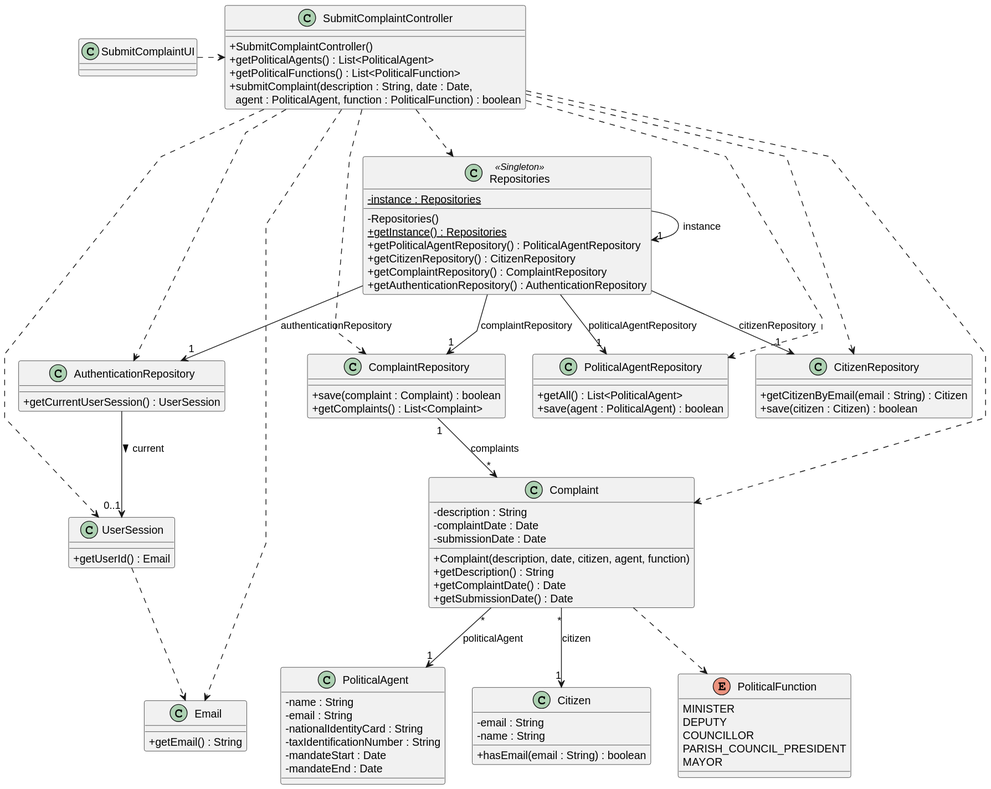
The PlantUML diagram docs/system-documentation/US12/03.design/svg/US12-CD.svg in brunodspinto/crystal-clear-platform, before a commit.
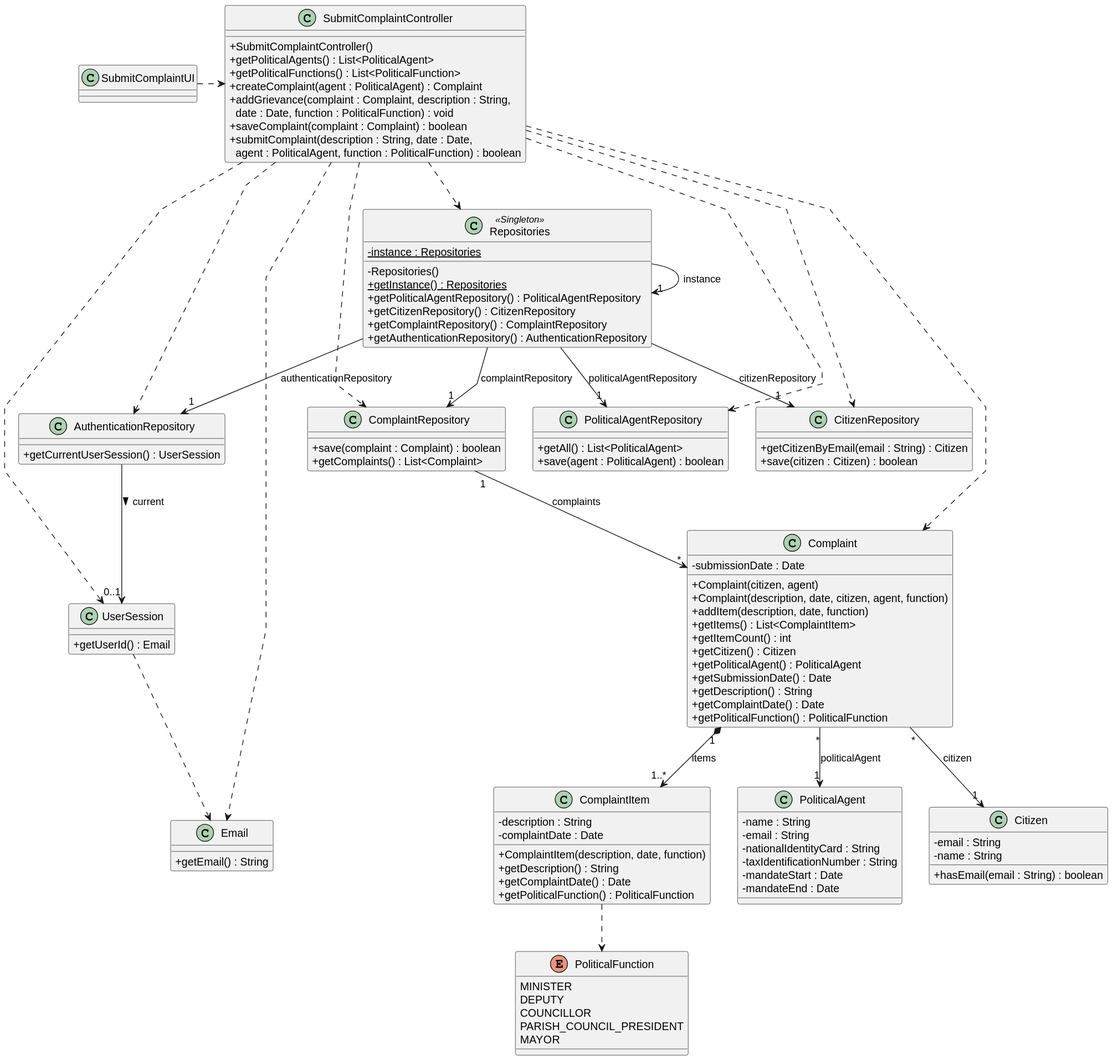
The same diagram one commit later.

The edit, as a diff of the source:
```diff
@@ -11,6 +11,9 @@
     + SubmitComplaintController()
     + getPoliticalAgents() : List<PoliticalAgent>
     + getPoliticalFunctions() : List<PoliticalFunction>
+    + createComplaint(agent : PoliticalAgent) : Complaint
+    + addGrievance(complaint : Complaint, description : String,\n  date : Date, function : PoliticalFunction) : void
+    + saveComplaint(complaint : Complaint) : boolean
     + submitComplaint(description : String, date : Date,\n  agent : PoliticalAgent, function : PoliticalFunction) : boolean
 }
 
@@ -52,13 +55,27 @@
 }
 
 class Complaint {
+    - submissionDate : Date
+    + Complaint(citizen, agent)
+    + Complaint(description, date, citizen, agent, function)
+    + addItem(description, date, function)
+    + getItems() : List<ComplaintItem>
+    + getItemCount() : int
+    + getCitizen() : Citizen
+    + getPoliticalAgent() : PoliticalAgent
+    + getSubmissionDate() : Date
+    + getDescription() : String
+    + getComplaintDate() : Date
+    + getPoliticalFunction() : PoliticalFunction
+}
+
+class ComplaintItem {
     - description : String
     - complaintDate : Date
-    - submissionDate : Date
-    + Complaint(description, date, citizen, agent, function)
+    + ComplaintItem(description, date, function)
     + getDescription() : String
     + getComplaintDate() : Date
-    + getSubmissionDate() : Date
+    + getPoliticalFunction() : PoliticalFunction
 }
 
 class PoliticalAgent {
@@ -106,7 +123,8 @@
 
 ComplaintRepository "1" --> "*" Complaint : complaints
 
+Complaint "1" *--> "1..*" ComplaintItem : items
 Complaint "*" --> "1" Citizen : citizen
 Complaint "*" --> "1" PoliticalAgent : politicalAgent
-Complaint ..> PoliticalFunction
+ComplaintItem ..> PoliticalFunction
 @enduml
```
